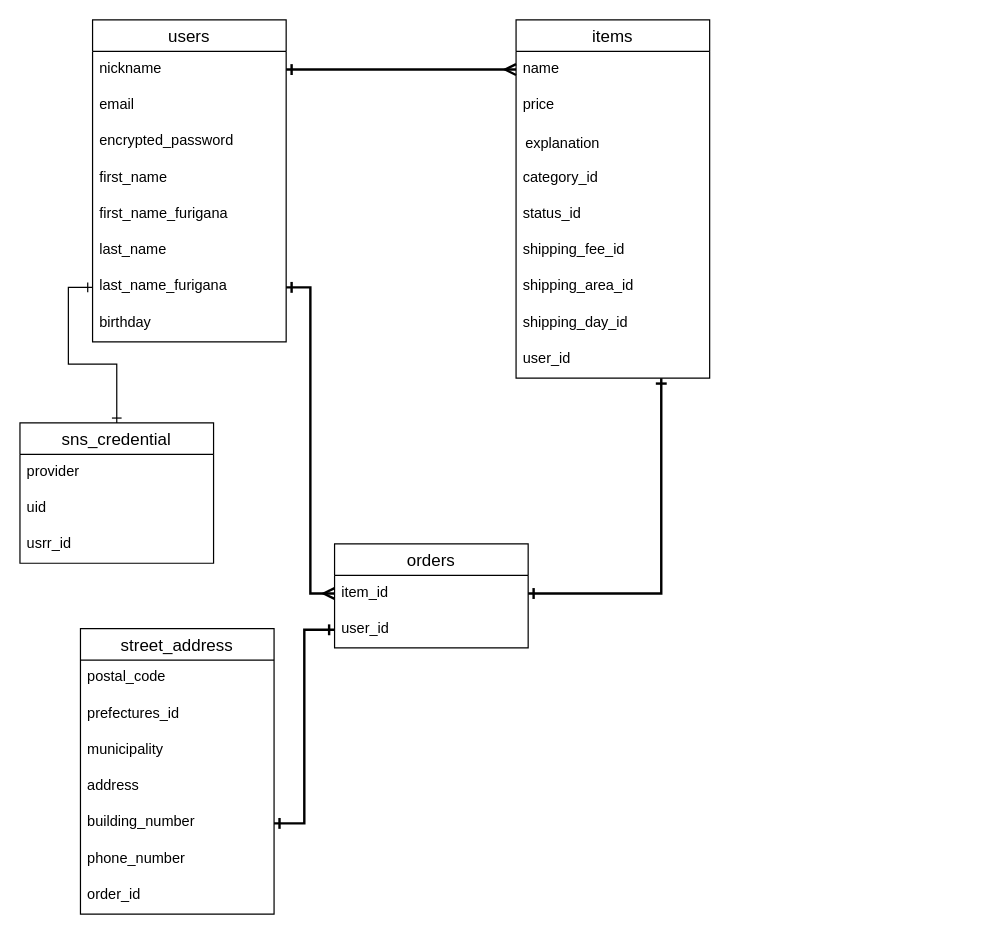
Above: app/ER.dio in tatsunori-koharu/furima-31710 (draw.io), before the change. Source tidied: cells renumbered, new cells numbered last; positions are measured from the earlier drawing's top-left corner, leaving out a move shared by most shapes. Both pictures are drawn from the tidied source at 121%, with x=0, y=0 at pixel (19, 19).
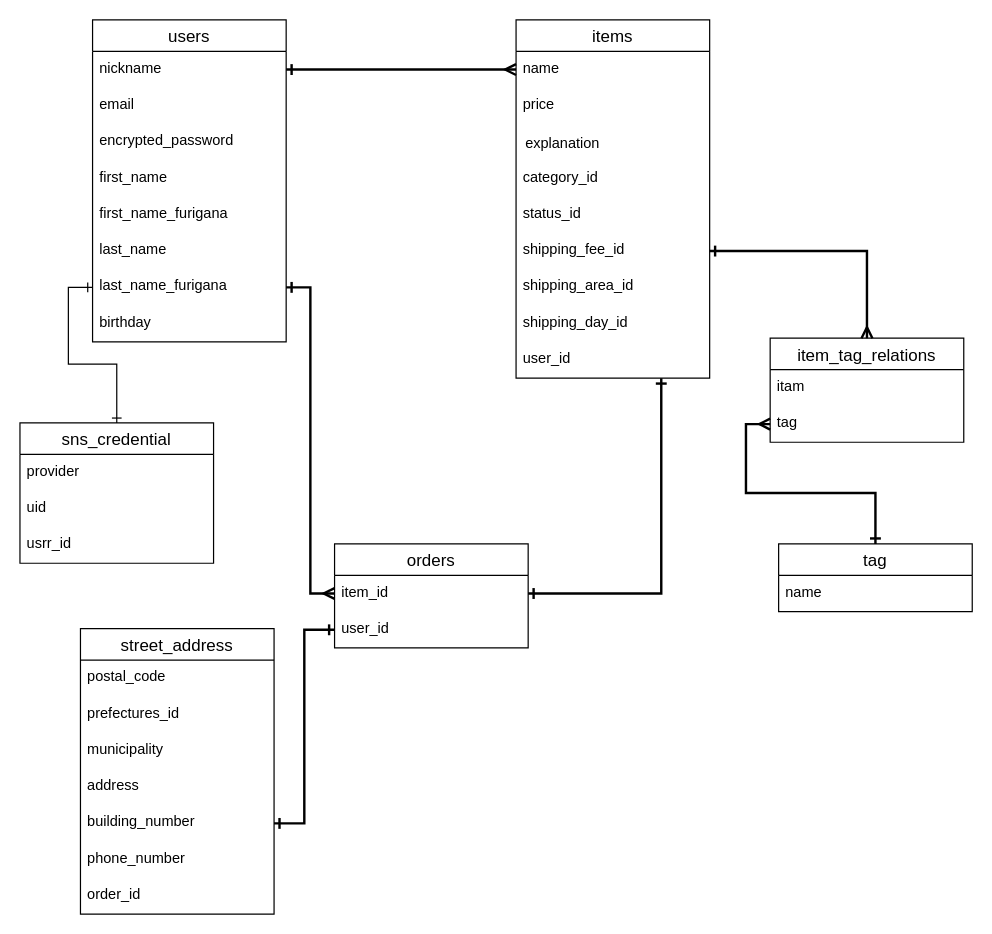
The same page after the edit.

The change refers to these unchanged cells:
```xml
<mxCell id="17" value="shipping_fee_id" style="text;strokeColor=none;fillColor=none;spacingLeft=4;spacingRight=4;overflow=hidden;points=[[0,0.5],[1,0.5]];portConstraint=eastwest;fontSize=12;" parent="11" vertex="1">
  <mxGeometry y="176" width="160" height="30" as="geometry" />
</mxCell>
```

What changed in the source:
```diff
@@
+    <mxCell id="41" style="edgeStyle=orthogonalEdgeStyle;rounded=0;jettySize=auto;html=1;exitX=0.5;exitY=0;exitDx=0;exitDy=0;entryX=0;entryY=0.5;entryDx=0;entryDy=0;startArrow=ERone;startFill=0;endArrow=ERmany;endFill=0;strokeWidth=2;" parent="1" edge="1" source="42" target="46">
+      <mxGeometry relative="1" as="geometry" />
+    </mxCell>
+    <mxCell id="42" value="tag" style="swimlane;fontStyle=0;horizontal=1;startSize=26;align=center;fontSize=14;" parent="1" vertex="1">
+      <mxGeometry x="627" y="433" width="160" height="56" as="geometry" />
+    </mxCell>
+    <mxCell id="43" value="name" style="text;strokeColor=none;fillColor=none;spacingLeft=4;spacingRight=4;overflow=hidden;fontSize=12;" parent="42" vertex="1">
+      <mxGeometry y="26" width="160" height="30" as="geometry" />
+    </mxCell>
+    <mxCell id="44" value="item_tag_relations" style="swimlane;fontStyle=0;horizontal=1;startSize=26;align=center;fontSize=14;" parent="1" vertex="1">
+      <mxGeometry x="620" y="263" width="160" height="86" as="geometry" />
+    </mxCell>
+    <mxCell id="45" value="itam" style="text;strokeColor=none;fillColor=none;spacingLeft=4;spacingRight=4;overflow=hidden;fontSize=12;" parent="44" vertex="1">
+      <mxGeometry y="26" width="160" height="30" as="geometry" />
+    </mxCell>
+    <mxCell id="46" value="tag" style="text;strokeColor=none;fillColor=none;spacingLeft=4;spacingRight=4;overflow=hidden;points=[[0,0.5],[1,0.5]];portConstraint=eastwest;fontSize=12;" parent="44" vertex="1">
+      <mxGeometry y="56" width="160" height="30" as="geometry" />
+    </mxCell>
+    <mxCell id="47" style="edgeStyle=orthogonalEdgeStyle;rounded=0;jettySize=auto;html=1;exitX=1;exitY=0.5;exitDx=0;exitDy=0;entryX=0.5;entryY=0;entryDx=0;entryDy=0;startArrow=ERone;startFill=0;endArrow=ERmany;endFill=0;strokeWidth=2;" parent="1" edge="1" source="17" target="44">
+      <mxGeometry relative="1" as="geometry" />
+    </mxCell>
```
